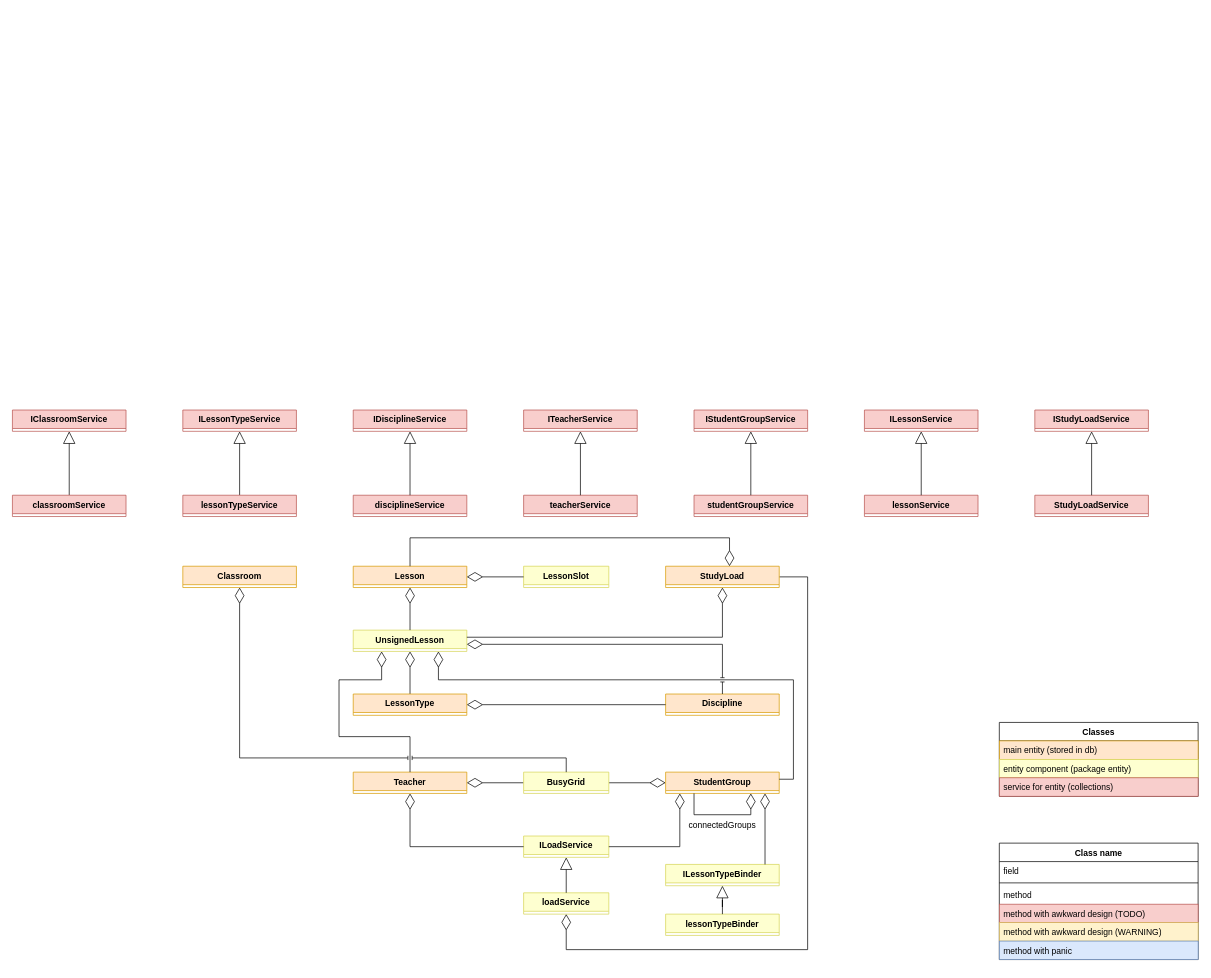
IrusHunter/duckademic keeps this draw.io diagram as docs/schedule_generator.drawio. Above is the earlier version. Source tidied: cells renumbered, new cells numbered last; positions are measured from the earlier drawing's top-left corner, leaving out a move shared by most shapes. Both pictures are drawn from the tidied source at 71%, with x=0, y=0 at pixel (12, 410).
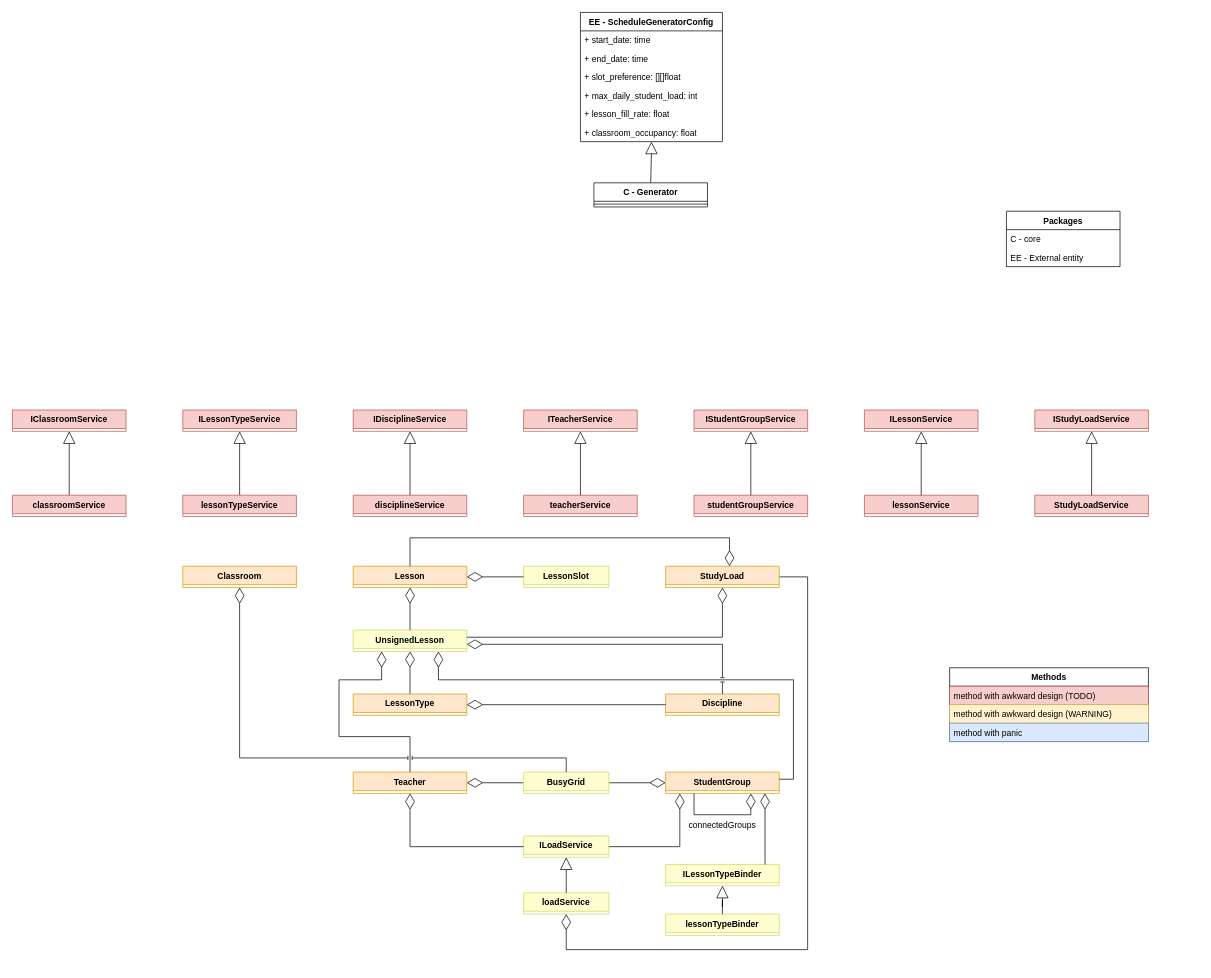
The same page after the edit.

Change to the diagram source:
```diff
@@
-    <mxCell id="6" value="Class name" style="swimlane;fontStyle=1;align=center;verticalAlign=top;horizontal=1;startSize=26;whiteSpace=wrap;html=1;" parent="1" vertex="1">
-      <mxGeometry x="1390" y="610" width="280" height="164" as="geometry" />
+    <mxCell id="6" value="Methods" style="swimlane;fontStyle=1;align=center;verticalAlign=top;horizontal=1;startSize=26;whiteSpace=wrap;html=1;" parent="1" vertex="1">
+      <mxGeometry x="1320" y="363" width="280" height="104" as="geometry" />
     </mxCell>
-    <mxCell id="7" value="field" style="text;strokeColor=none;fillColor=none;align=left;verticalAlign=top;spacingLeft=4;spacingRight=4;overflow=hidden;whiteSpace=wrap;html=1;" parent="6" vertex="1">
-      <mxGeometry y="26" width="280" height="26" as="geometry" />
-    </mxCell>
-    <mxCell id="8" style="line;strokeWidth=1;fillColor=none;align=left;verticalAlign=middle;spacingTop=-1;spacingLeft=3;spacingRight=3;labelPosition=right;strokeColor=inherit;" parent="6" vertex="1">
-      <mxGeometry y="52" width="280" height="8" as="geometry" />
-    </mxCell>
-    <mxCell id="9" value="method" style="text;strokeColor=none;fillColor=none;align=left;verticalAlign=top;spacingLeft=4;spacingRight=4;overflow=hidden;whiteSpace=wrap;html=1;" parent="6" vertex="1">
-      <mxGeometry y="60" width="280" height="26" as="geometry" />
-    </mxCell>
     <mxCell id="10" value="method with awkward design (TODO)" style="text;strokeColor=#b85450;fillColor=#f8cecc;align=left;verticalAlign=top;spacingLeft=4;spacingRight=4;overflow=hidden;whiteSpace=wrap;html=1;" parent="6" vertex="1">
-      <mxGeometry y="86" width="280" height="26" as="geometry" />
+      <mxGeometry y="26" width="280" height="26" as="geometry" />
     </mxCell>
     <mxCell id="11" value="method with awkward design (WARNING)" style="text;strokeColor=#d6b656;fillColor=#fff2cc;align=left;verticalAlign=top;spacingLeft=4;spacingRight=4;overflow=hidden;whiteSpace=wrap;html=1;" parent="6" vertex="1">
-      <mxGeometry y="112" width="280" height="26" as="geometry" />
+      <mxGeometry y="52" width="280" height="26" as="geometry" />
     </mxCell>
     <mxCell id="12" value="method with panic" style="text;strokeColor=#6c8ebf;fillColor=#dae8fc;align=left;verticalAlign=top;spacingLeft=4;spacingRight=4;overflow=hidden;whiteSpace=wrap;html=1;" parent="6" vertex="1">
-      <mxGeometry y="138" width="280" height="26" as="geometry" />
+      <mxGeometry y="78" width="280" height="26" as="geometry" />
     </mxCell>
@@
-    <mxCell id="34" value="Classes" style="swimlane;fontStyle=1;align=center;verticalAlign=top;horizontal=1;startSize=26;whiteSpace=wrap;html=1;" parent="1" vertex="1">
-      <mxGeometry x="1390" y="440" width="280" height="104" as="geometry" />
-    </mxCell>
-    <mxCell id="35" value="main entity (stored in db)&amp;nbsp;" style="text;align=left;verticalAlign=top;spacingLeft=4;spacingRight=4;overflow=hidden;whiteSpace=wrap;html=1;fontFamily=Helvetica;fontSize=12;fillColor=#ffe6cc;strokeColor=#d79b00;" parent="34" vertex="1">
-      <mxGeometry y="26" width="280" height="26" as="geometry" />
-    </mxCell>
-    <mxCell id="36" value="entity component (package entity)" style="text;strokeColor=#D6D556;fillColor=#FEFFD0;align=left;verticalAlign=top;spacingLeft=4;spacingRight=4;overflow=hidden;whiteSpace=wrap;html=1;" parent="34" vertex="1">
-      <mxGeometry y="52" width="280" height="26" as="geometry" />
-    </mxCell>
-    <mxCell id="37" value="service for entity (collections)" style="text;strokeColor=#b85450;fillColor=#f8cecc;align=left;verticalAlign=top;spacingLeft=4;spacingRight=4;overflow=hidden;whiteSpace=wrap;html=1;" parent="34" vertex="1">
-      <mxGeometry y="78" width="280" height="26" as="geometry" />
-    </mxCell>
@@
+    <mxCell id="68" value="C - Generator" style="swimlane;fontStyle=1;align=center;verticalAlign=top;horizontal=1;startSize=26;whiteSpace=wrap;html=1;" parent="1" vertex="1">
+      <mxGeometry x="819" y="-320" width="160" height="34" as="geometry" />
+    </mxCell>
+    <mxCell id="69" style="line;strokeWidth=1;fillColor=none;align=left;verticalAlign=middle;spacingTop=-1;spacingLeft=3;spacingRight=3;labelPosition=right;strokeColor=inherit;" parent="68" vertex="1">
+      <mxGeometry y="26" width="160" height="8" as="geometry" />
+    </mxCell>
+    <mxCell id="70" value="Packages" style="swimlane;fontStyle=1;align=center;verticalAlign=top;horizontal=1;startSize=26;whiteSpace=wrap;html=1;" parent="1" vertex="1">
+      <mxGeometry x="1400" y="-280" width="160" height="78" as="geometry" />
+    </mxCell>
+    <mxCell id="71" value="C - core" style="text;strokeColor=none;fillColor=none;align=left;verticalAlign=top;spacingLeft=4;spacingRight=4;overflow=hidden;whiteSpace=wrap;html=1;" parent="70" vertex="1">
+      <mxGeometry y="26" width="160" height="26" as="geometry" />
+    </mxCell>
+    <mxCell id="72" value="EE - External entity" style="text;strokeColor=none;fillColor=none;align=left;verticalAlign=top;spacingLeft=4;spacingRight=4;overflow=hidden;whiteSpace=wrap;html=1;" parent="70" vertex="1">
+      <mxGeometry y="52" width="160" height="26" as="geometry" />
+    </mxCell>
+    <mxCell id="73" value="EE - ScheduleGeneratorConfig" style="swimlane;fontStyle=1;align=center;verticalAlign=top;horizontal=1;startSize=26;whiteSpace=wrap;html=1;" parent="1" vertex="1">
+      <mxGeometry x="800" y="-560" width="200" height="182" as="geometry" />
+    </mxCell>
+    <mxCell id="74" value="+ start_date: time" style="text;strokeColor=none;fillColor=none;align=left;verticalAlign=top;spacingLeft=4;spacingRight=4;overflow=hidden;whiteSpace=wrap;html=1;" parent="73" vertex="1">
+      <mxGeometry y="26" width="200" height="26" as="geometry" />
+    </mxCell>
+    <mxCell id="75" value="+ end_date: time" style="text;strokeColor=none;fillColor=none;align=left;verticalAlign=top;spacingLeft=4;spacingRight=4;overflow=hidden;whiteSpace=wrap;html=1;" parent="73" vertex="1">
+      <mxGeometry y="52" width="200" height="26" as="geometry" />
+    </mxCell>
+    <mxCell id="76" value="+ slot_preference: [][]float" style="text;strokeColor=none;fillColor=none;align=left;verticalAlign=top;spacingLeft=4;spacingRight=4;overflow=hidden;whiteSpace=wrap;html=1;" parent="73" vertex="1">
+      <mxGeometry y="78" width="200" height="26" as="geometry" />
+    </mxCell>
+    <mxCell id="77" value="+ max_daily_student_load: int" style="text;strokeColor=none;fillColor=none;align=left;verticalAlign=top;spacingLeft=4;spacingRight=4;overflow=hidden;whiteSpace=wrap;html=1;" parent="73" vertex="1">
+      <mxGeometry y="104" width="200" height="26" as="geometry" />
+    </mxCell>
+    <mxCell id="78" value="+ lesson_fill_rate: float" style="text;strokeColor=none;fillColor=none;align=left;verticalAlign=top;spacingLeft=4;spacingRight=4;overflow=hidden;whiteSpace=wrap;html=1;" parent="73" vertex="1">
+      <mxGeometry y="130" width="200" height="26" as="geometry" />
+    </mxCell>
+    <mxCell id="79" value="+ classroom_occupancy: float" style="text;strokeColor=none;fillColor=none;align=left;verticalAlign=top;spacingLeft=4;spacingRight=4;overflow=hidden;whiteSpace=wrap;html=1;" parent="73" vertex="1">
+      <mxGeometry y="156" width="200" height="26" as="geometry" />
+    </mxCell>
+    <mxCell id="80" style="edgeStyle=orthogonalEdgeStyle;rounded=0;jettySize=auto;html=1;startArrow=block;startFill=0;startSize=15;endArrow=none;endFill=0;jumpStyle=line;" parent="1" edge="1" source="73" target="68">
+      <mxGeometry relative="1" as="geometry" />
+    </mxCell>
```
